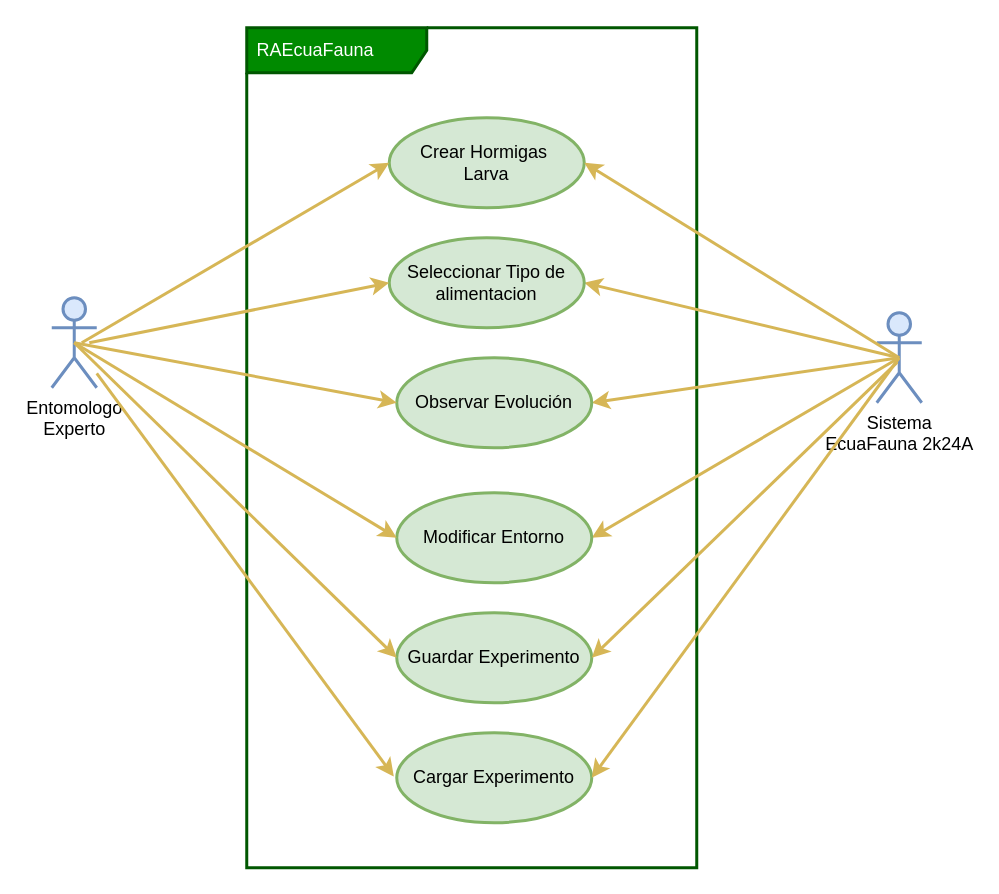
The draw.io diagram Desing/RADCU.dio in AlexanderRosas/RAEcuaFauna2K24A, before the edit. Source tidied: cells renumbered, new cells numbered last; positions are measured from the earlier drawing's top-left corner, leaving out a move shared by most shapes. Both pictures are drawn from the tidied source at 150%, with x=0, y=0 at pixel (51, 27).
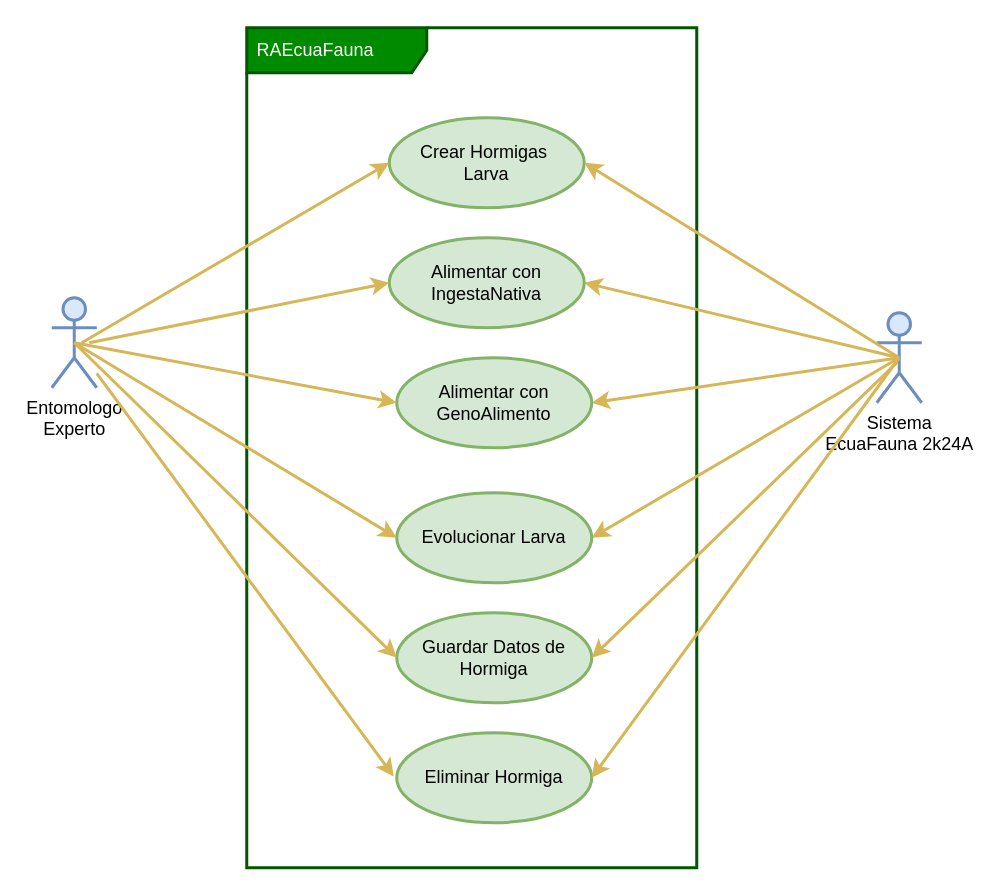
The same diagram, later.

The edit, as a diff of the source:
```diff
@@
-    <mxCell id="5" value="Seleccionar Tipo de alimentacion" style="ellipse;whiteSpace=wrap;html=1;shadow=0;fillColor=#d5e8d4;strokeColor=#82b366;strokeWidth=2;rounded=1;fontColor=#000000;" parent="1" vertex="1">
+    <mxCell id="5" value="Alimentar con IngestaNativa" style="ellipse;whiteSpace=wrap;html=1;shadow=0;fillColor=#d5e8d4;strokeColor=#82b366;strokeWidth=2;rounded=1;fontColor=#000000;" parent="1" vertex="1">
       <mxGeometry x="225" y="140" width="130" height="60" as="geometry" />
     </mxCell>
@@
-    <mxCell id="7" value="Cargar Experimento" style="ellipse;whiteSpace=wrap;html=1;shadow=0;fillColor=#d5e8d4;strokeColor=#82b366;strokeWidth=2;rounded=1;fontColor=#000000;" parent="1" vertex="1">
+    <mxCell id="7" value="Eliminar Hormiga" style="ellipse;whiteSpace=wrap;html=1;shadow=0;fillColor=#d5e8d4;strokeColor=#82b366;strokeWidth=2;rounded=1;fontColor=#000000;" parent="1" vertex="1">
       <mxGeometry x="230" y="470" width="130" height="60" as="geometry" />
     </mxCell>
@@
-    <mxCell id="9" value="Guardar Experimento" style="ellipse;whiteSpace=wrap;html=1;shadow=0;fillColor=#d5e8d4;strokeColor=#82b366;strokeWidth=2;rounded=1;fontColor=#000000;" parent="1" vertex="1">
+    <mxCell id="9" value="Guardar Datos de Hormiga" style="ellipse;whiteSpace=wrap;html=1;shadow=0;fillColor=#d5e8d4;strokeColor=#82b366;strokeWidth=2;rounded=1;fontColor=#000000;" parent="1" vertex="1">
       <mxGeometry x="230" y="390" width="130" height="60" as="geometry" />
     </mxCell>
@@
-    <mxCell id="18" value="Observar Evolución" style="ellipse;whiteSpace=wrap;html=1;shadow=0;fillColor=#d5e8d4;strokeColor=#82b366;strokeWidth=2;rounded=1;fontColor=#000000;" parent="1" vertex="1">
+    <mxCell id="18" value="Alimentar con GenoAlimento" style="ellipse;whiteSpace=wrap;html=1;shadow=0;fillColor=#d5e8d4;strokeColor=#82b366;strokeWidth=2;rounded=1;fontColor=#000000;" parent="1" vertex="1">
       <mxGeometry x="230" y="220" width="130" height="60" as="geometry" />
     </mxCell>
@@
-    <mxCell id="21" value="Modificar Entorno" style="ellipse;whiteSpace=wrap;html=1;shadow=0;fillColor=#d5e8d4;strokeColor=#82b366;strokeWidth=2;rounded=1;fontColor=#000000;" parent="1" vertex="1">
+    <mxCell id="21" value="Evolucionar Larva" style="ellipse;whiteSpace=wrap;html=1;shadow=0;fillColor=#d5e8d4;strokeColor=#82b366;strokeWidth=2;rounded=1;fontColor=#000000;" parent="1" vertex="1">
       <mxGeometry x="230" y="310" width="130" height="60" as="geometry" />
     </mxCell>
```
